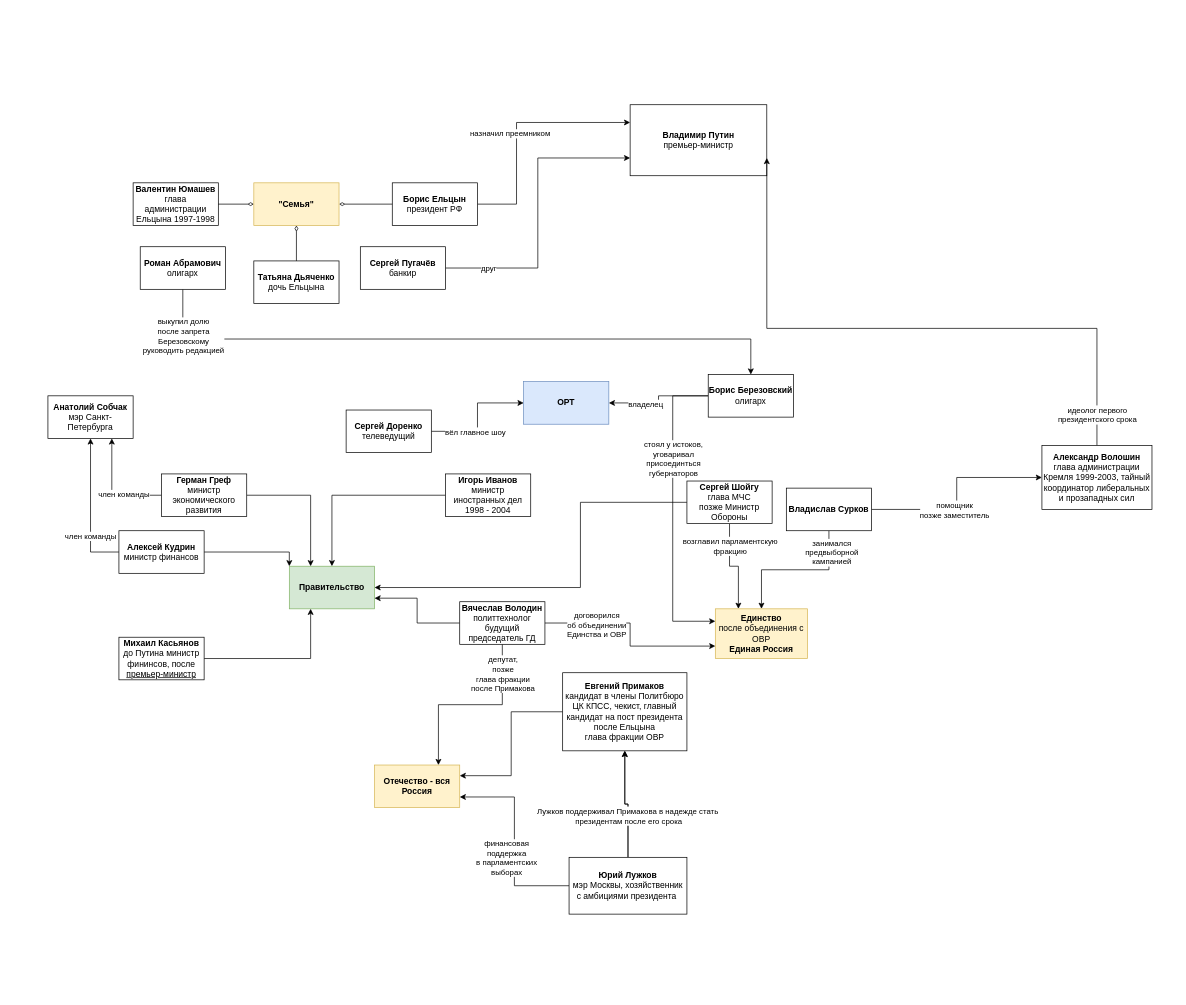
Before: Untitled Diagram.drawio in lincentpega/arch, a draw.io diagram. Source tidied: cells renumbered, new cells numbered last; positions are measured from the earlier drawing's top-left corner, leaving out a move shared by most shapes. Both pictures are drawn from the tidied source at 71%, with x=0, y=0 at pixel (48, 104).
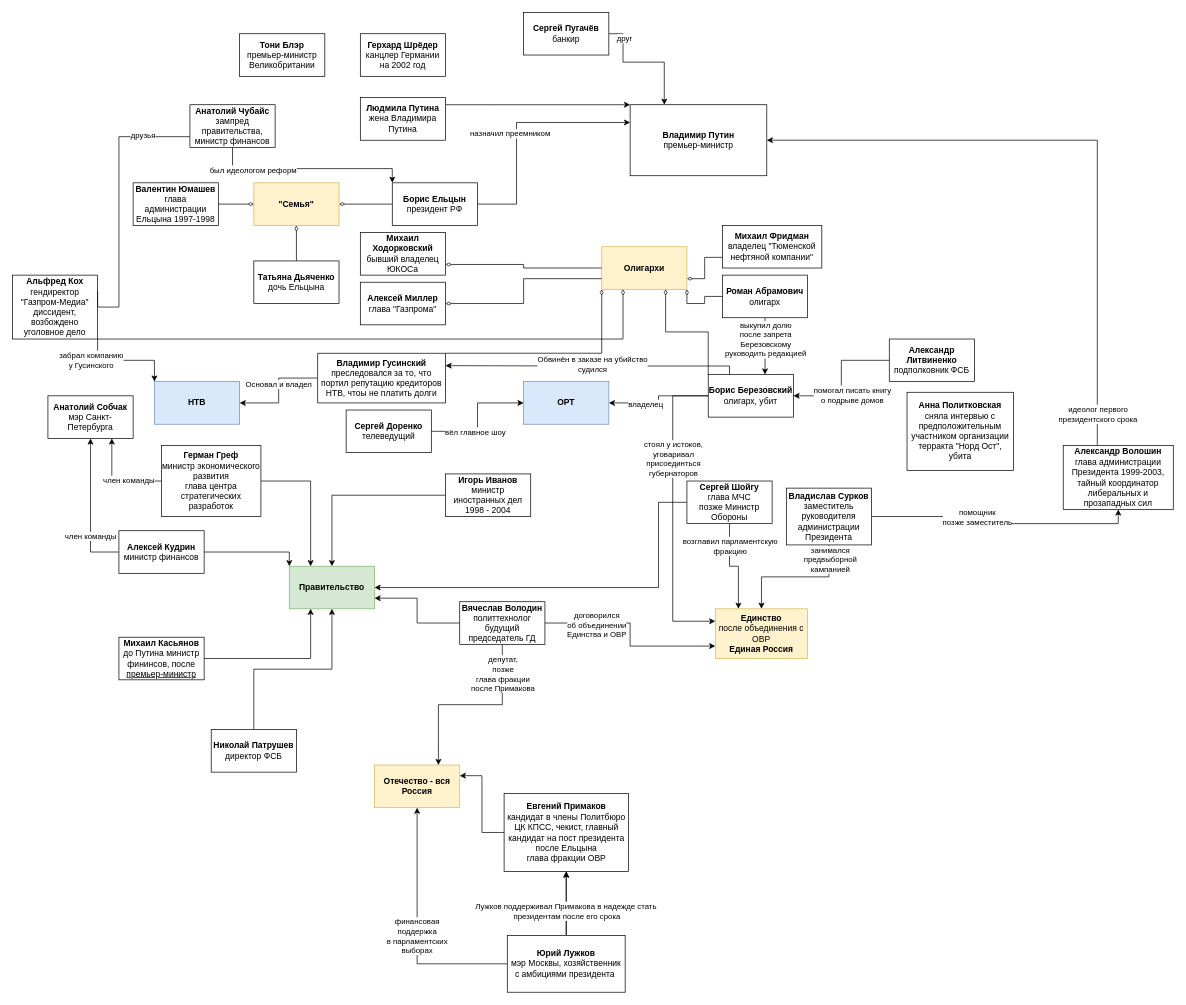
Above is the later version.

Unchanged cells that the change refers to:
```xml
<mxCell id="4" value="&lt;b&gt;Борис Ельцын&lt;br&gt;&lt;/b&gt;президент РФ" style="rounded=0;whiteSpace=wrap;html=1;" parent="1" vertex="1">
  <mxGeometry x="485" y="110" width="120" height="60" as="geometry" />
</mxCell>
<mxCell id="5" value="&lt;b&gt;Владимир Путин&lt;br&gt;&lt;/b&gt;премьер-министр" style="rounded=0;whiteSpace=wrap;html=1;" parent="1" vertex="1">
  <mxGeometry x="820" width="192.5" height="100" as="geometry" />
</mxCell>
<mxCell id="24" value="&lt;b&gt;Отечество - вся Россия&lt;/b&gt;" style="rounded=0;whiteSpace=wrap;html=1;fillColor=#fff2cc;strokeColor=#d6b656;" parent="1" vertex="1">
  <mxGeometry x="460" y="930" width="120" height="60" as="geometry" />
</mxCell>
<mxCell id="38" value="&lt;b&gt;Сергей Шойгу&lt;/b&gt;&lt;br&gt;глава МЧС&lt;br&gt;позже Министр Обороны" style="rounded=0;whiteSpace=wrap;html=1;" parent="1" vertex="1">
  <mxGeometry x="900" y="530" width="120" height="60" as="geometry" />
</mxCell>
<mxCell id="54" value="&lt;b&gt;Правительство&lt;/b&gt;" style="whiteSpace=wrap;html=1;fillColor=#d5e8d4;strokeColor=#82b366;" parent="1" vertex="1">
  <mxGeometry x="340" y="650" width="120" height="60" as="geometry" />
</mxCell>
```

Diff of the diagram source:
```diff
@@
-    <mxCell id="6" style="edgeStyle=orthogonalEdgeStyle;rounded=0;jettySize=auto;html=1;startArrow=none;startFill=0;endArrow=classic;endFill=1;entryX=1;entryY=0.75;entryDx=0;entryDy=0;" parent="1" edge="1" source="8" target="5">
+    <mxCell id="6" style="edgeStyle=orthogonalEdgeStyle;rounded=0;jettySize=auto;html=1;startArrow=none;startFill=0;endArrow=classic;endFill=1;entryX=1;entryY=0.5;entryDx=0;entryDy=0;" parent="1" edge="1" source="8" target="5">
       <mxGeometry relative="1" as="geometry">
         <Array as="points">
-          <mxPoint x="1478" y="315" />
+          <mxPoint x="1478" y="50" />
         </Array>
       </mxGeometry>
     </mxCell>
@@
-    <mxCell id="8" value="&lt;b&gt;Александр Волошин&lt;br&gt;&lt;/b&gt;глава администрации Кремля 1999-2003, тайный координатор либеральных и прозападных сил" style="rounded=0;whiteSpace=wrap;html=1;" parent="1" vertex="1">
-      <mxGeometry x="1400" y="480" width="155" height="90" as="geometry" />
+    <mxCell id="8" value="&lt;b&gt;Александр Волошин&lt;br&gt;&lt;/b&gt;глава администрации Президента 1999-2003, тайный координатор либеральных и прозападных сил" style="rounded=0;whiteSpace=wrap;html=1;" parent="1" vertex="1">
+      <mxGeometry x="1430" y="480" width="155" height="90" as="geometry" />
     </mxCell>
@@
     <mxCell id="10" value="&lt;b&gt;Евгений Примаков&lt;br&gt;&lt;/b&gt;кандидат в члены Политбюро ЦК КПСС, чекист, главный кандидат на пост президента после Ельцына&lt;br&gt;глава фракции ОВР" style="rounded=0;whiteSpace=wrap;html=1;" parent="1" vertex="1">
-      <mxGeometry x="725" y="800" width="175" height="110" as="geometry" />
+      <mxGeometry x="642.5" y="970" width="175" height="110" as="geometry" />
     </mxCell>
@@
-    <mxCell id="14" style="edgeStyle=orthogonalEdgeStyle;rounded=0;jettySize=auto;html=1;entryX=1;entryY=0.75;entryDx=0;entryDy=0;startArrow=none;startFill=0;endArrow=classic;endFill=1;" parent="1" edge="1" source="16" target="24">
+    <mxCell id="14" style="edgeStyle=orthogonalEdgeStyle;rounded=0;jettySize=auto;html=1;entryX=0.5;entryY=1;entryDx=0;entryDy=0;startArrow=none;startFill=0;endArrow=classic;endFill=1;" parent="1" edge="1" source="16" target="24">
       <mxGeometry relative="1" as="geometry" />
     </mxCell>
     <mxCell id="15" value="финансовая&lt;br&gt;поддержка&lt;br&gt;в парламентских&lt;br&gt;выборах" style="edgeLabel;html=1;align=center;verticalAlign=middle;" parent="14" vertex="1">
       <mxGeometry x="-0.53" relative="1" as="geometry">
-        <mxPoint x="-23" y="-40" as="offset" />
+        <mxPoint x="-46" y="-40" as="offset" />
       </mxGeometry>
     </mxCell>
     <mxCell id="16" value="&lt;b&gt;Юрий Лужков&lt;br&gt;&lt;/b&gt;мэр Москвы, хозяйственник с амбициями президента&amp;nbsp;" style="rounded=0;whiteSpace=wrap;html=1;" parent="1" vertex="1">
-      <mxGeometry x="734" y="1060" width="166" height="80" as="geometry" />
+      <mxGeometry x="647" y="1170" width="166" height="80" as="geometry" />
     </mxCell>
@@
+    <mxCell id="69" style="edgeStyle=orthogonalEdgeStyle;rounded=0;jettySize=auto;html=1;exitX=0.25;exitY=0;exitDx=0;exitDy=0;entryX=1;entryY=0.25;entryDx=0;entryDy=0;" parent="1" edge="1" source="29" target="78">
+      <mxGeometry relative="1" as="geometry">
+        <Array as="points">
+          <mxPoint x="960" y="368" />
+          <mxPoint x="745" y="368" />
+        </Array>
+      </mxGeometry>
+    </mxCell>
+    <mxCell id="70" value="Обвинён в заказе на убийство&lt;br&gt;судился" style="edgeLabel;html=1;align=center;verticalAlign=middle;" parent="69" vertex="1">
+      <mxGeometry y="-3" relative="1" as="geometry" />
+    </mxCell>
-    <mxCell id="29" value="&lt;b&gt;Борис Березовский&lt;/b&gt;&lt;br&gt;олигарх" style="rounded=0;whiteSpace=wrap;html=1;" parent="1" vertex="1">
+    <mxCell id="29" value="&lt;b&gt;Борис Березовский&lt;/b&gt;&lt;br&gt;олигарх, убит" style="rounded=0;whiteSpace=wrap;html=1;" parent="1" vertex="1">
       <mxGeometry x="930" y="380" width="120" height="60" as="geometry" />
     </mxCell>
-    <mxCell id="30" style="edgeStyle=orthogonalEdgeStyle;rounded=0;jettySize=auto;html=1;entryX=0;entryY=0.5;entryDx=0;entryDy=0;startArrow=none;startFill=0;endArrow=classic;endFill=1;" parent="1" edge="1" source="34" target="8">
-      <mxGeometry relative="1" as="geometry" />
+    <mxCell id="30" style="edgeStyle=orthogonalEdgeStyle;rounded=0;jettySize=auto;html=1;entryX=0.5;entryY=1;entryDx=0;entryDy=0;startArrow=none;startFill=0;endArrow=classic;endFill=1;" parent="1" edge="1" source="34" target="8">
+      <mxGeometry relative="1" as="geometry">
+        <Array as="points">
+          <mxPoint x="1295" y="580" />
+          <mxPoint x="1295" y="590" />
+          <mxPoint x="1508" y="590" />
+        </Array>
+      </mxGeometry>
     </mxCell>
@@
-    <mxCell id="34" value="&lt;b&gt;Владислав Сурков&lt;/b&gt;&lt;br&gt;" style="rounded=0;whiteSpace=wrap;html=1;" parent="1" vertex="1">
-      <mxGeometry x="1040" y="540" width="120" height="60" as="geometry" />
+    <mxCell id="34" value="&lt;b&gt;Владислав Сурков&lt;br&gt;&lt;/b&gt;заместитель руководителя администрации Президента" style="rounded=0;whiteSpace=wrap;html=1;" parent="1" vertex="1">
+      <mxGeometry x="1040" y="540" width="120" height="80" as="geometry" />
     </mxCell>
@@
     <mxCell id="37" style="edgeStyle=orthogonalEdgeStyle;rounded=0;jettySize=auto;html=1;entryX=1;entryY=0.5;entryDx=0;entryDy=0;startArrow=none;startFill=0;endArrow=classic;endFill=1;" parent="1" edge="1" source="38" target="54">
       <mxGeometry relative="1" as="geometry">
         <Array as="points">
-          <mxPoint x="750" y="560" />
-          <mxPoint x="750" y="680" />
+          <mxPoint x="860" y="560" />
+          <mxPoint x="860" y="680" />
         </Array>
       </mxGeometry>
     </mxCell>
@@
-    <mxCell id="49" style="edgeStyle=orthogonalEdgeStyle;rounded=0;jettySize=auto;html=1;entryX=0;entryY=0.75;entryDx=0;entryDy=0;startArrow=none;startFill=0;endArrow=classic;endFill=1;" parent="1" edge="1" source="51" target="5">
-      <mxGeometry relative="1" as="geometry" />
+    <mxCell id="49" style="edgeStyle=orthogonalEdgeStyle;rounded=0;jettySize=auto;html=1;entryX=0.25;entryY=0;entryDx=0;entryDy=0;startArrow=none;startFill=0;endArrow=classic;endFill=1;" parent="1" edge="1" source="51" target="5">
+      <mxGeometry relative="1" as="geometry">
+        <Array as="points">
+          <mxPoint x="810" y="-100" />
+          <mxPoint x="810" y="-60" />
+          <mxPoint x="868" y="-60" />
+        </Array>
+      </mxGeometry>
     </mxCell>
@@
     <mxCell id="51" value="&lt;b&gt;Сергей Пугачёв&lt;/b&gt;&lt;br&gt;банкир" style="whiteSpace=wrap;html=1;" parent="1" vertex="1">
-      <mxGeometry x="440" y="200" width="120" height="60" as="geometry" />
+      <mxGeometry x="670" y="-130" width="120" height="60" as="geometry" />
     </mxCell>
@@
-    <mxCell id="58" value="&lt;b&gt;Герман Греф&lt;/b&gt;&lt;br&gt;министр экономического развития" style="whiteSpace=wrap;html=1;" parent="1" vertex="1">
-      <mxGeometry x="160" y="520" width="120" height="60" as="geometry" />
+    <mxCell id="58" value="&lt;b&gt;Герман Греф&lt;/b&gt;&lt;br&gt;министр экономического развития&lt;br&gt;глава центра стратегических разработок" style="whiteSpace=wrap;html=1;" parent="1" vertex="1">
+      <mxGeometry x="160" y="480" width="140" height="100" as="geometry" />
     </mxCell>
@@
-    <mxCell id="64" style="edgeStyle=orthogonalEdgeStyle;rounded=0;jettySize=auto;html=1;entryX=0.5;entryY=0;entryDx=0;entryDy=0;startArrow=none;startFill=0;endArrow=classic;endFill=1;" parent="1" edge="1" source="66" target="29">
-      <mxGeometry relative="1" as="geometry">
-        <Array as="points">
-          <mxPoint x="190" y="330" />
-          <mxPoint x="990" y="330" />
-        </Array>
-      </mxGeometry>
-    </mxCell>
+    <mxCell id="71" style="edgeStyle=orthogonalEdgeStyle;rounded=0;jettySize=auto;html=1;startArrow=none;startFill=0;endArrow=classic;endFill=1;" parent="1" edge="1" source="66">
+      <mxGeometry relative="1" as="geometry">
+        <mxPoint x="1010" y="380" as="targetPoint" />
+        <Array as="points">
+          <mxPoint x="1010" y="380" />
+        </Array>
+      </mxGeometry>
+    </mxCell>
-    <mxCell id="65" value="выкупил долю&lt;br&gt;после запрета&lt;br&gt;Березовскому&lt;br&gt;руководить редакцией" style="edgeLabel;html=1;align=center;verticalAlign=middle;" parent="64" vertex="1">
-      <mxGeometry x="-0.74" y="5" relative="1" as="geometry">
-        <mxPoint x="-50" as="offset" />
+    <mxCell id="65" value="выкупил долю&lt;br&gt;после запрета&lt;br&gt;Березовскому&lt;br&gt;руководить редакцией" style="edgeLabel;html=1;align=center;verticalAlign=middle;" parent="71" vertex="1">
+      <mxGeometry x="-0.3" y="1" relative="1" as="geometry">
+        <mxPoint x="-1" y="2" as="offset" />
       </mxGeometry>
     </mxCell>
     <mxCell id="66" value="&lt;b&gt;Роман Абрамович&lt;/b&gt;&lt;br&gt;олигарх" style="whiteSpace=wrap;html=1;" parent="1" vertex="1">
-      <mxGeometry x="130" y="200" width="120" height="60" as="geometry" />
+      <mxGeometry x="950" y="240" width="120" height="60" as="geometry" />
     </mxCell>
@@
+    <mxCell id="72" style="edgeStyle=orthogonalEdgeStyle;rounded=0;jettySize=auto;html=1;entryX=0.5;entryY=1;entryDx=0;entryDy=0;startArrow=none;startFill=0;endArrow=classic;endFill=1;" parent="1" edge="1" source="73" target="54">
+      <mxGeometry relative="1" as="geometry" />
+    </mxCell>
+    <mxCell id="73" value="&lt;b&gt;Николай Патрушев&lt;/b&gt;&lt;br&gt;директор ФСБ" style="whiteSpace=wrap;html=1;" parent="1" vertex="1">
+      <mxGeometry x="230" y="880" width="120" height="60" as="geometry" />
+    </mxCell>
+    <mxCell id="74" value="&lt;b&gt;Герхард Шрёдер&lt;/b&gt;&lt;br&gt;канцлер Германии на 2002 год" style="whiteSpace=wrap;html=1;" parent="1" vertex="1">
+      <mxGeometry x="440" y="-100" width="120" height="60" as="geometry" />
+    </mxCell>
+    <mxCell id="75" value="&lt;b&gt;НТВ&lt;/b&gt;" style="whiteSpace=wrap;html=1;fillColor=#dae8fc;strokeColor=#6c8ebf;" parent="1" vertex="1">
+      <mxGeometry x="150" y="390" width="120" height="60" as="geometry" />
+    </mxCell>
+    <mxCell id="76" style="edgeStyle=orthogonalEdgeStyle;rounded=0;jettySize=auto;html=1;entryX=1;entryY=0.5;entryDx=0;entryDy=0;" parent="1" edge="1" source="78" target="75">
+      <mxGeometry relative="1" as="geometry" />
+    </mxCell>
+    <mxCell id="77" value="Основал и владел" style="edgeLabel;html=1;align=center;verticalAlign=middle;" parent="76" vertex="1">
+      <mxGeometry x="-0.13" y="-1" relative="1" as="geometry" />
+    </mxCell>
+    <mxCell id="78" value="&lt;b&gt;Владимир Гусинский&lt;/b&gt;&lt;br&gt;преследовался за то, что портил репутацию кредиторов НТВ, чтоы не платить долги" style="whiteSpace=wrap;html=1;" parent="1" vertex="1">
+      <mxGeometry x="380" y="350" width="180" height="70" as="geometry" />
+    </mxCell>
+    <mxCell id="79" style="edgeStyle=orthogonalEdgeStyle;rounded=0;jettySize=auto;html=1;exitX=1;exitY=1;exitDx=0;exitDy=0;entryX=0;entryY=0;entryDx=0;entryDy=0;startArrow=none;startFill=0;endArrow=classic;endFill=1;" parent="1" edge="1" source="81" target="75">
+      <mxGeometry relative="1" as="geometry" />
+    </mxCell>
+    <mxCell id="80" value="забрал компанию&lt;br&gt;у Гусинского" style="edgeLabel;html=1;align=center;verticalAlign=middle;" parent="79" vertex="1">
+      <mxGeometry x="-0.27" y="1" relative="1" as="geometry">
+        <mxPoint x="-31" as="offset" />
+      </mxGeometry>
+    </mxCell>
+    <mxCell id="81" value="&lt;b&gt;Альфред Кох&lt;/b&gt;&lt;br&gt;гендиректор &quot;Газпром-Медиа&quot;&lt;br&gt;диссидент, возбождено уголовное дело" style="whiteSpace=wrap;html=1;" parent="1" vertex="1">
+      <mxGeometry x="-50" y="240" width="120" height="90" as="geometry" />
+    </mxCell>
+    <mxCell id="82" style="edgeStyle=orthogonalEdgeStyle;rounded=0;jettySize=auto;html=1;entryX=0;entryY=0;entryDx=0;entryDy=0;" parent="1" edge="1" source="86" target="4">
+      <mxGeometry relative="1" as="geometry">
+        <Array as="points">
+          <mxPoint x="260" y="90" />
+          <mxPoint x="485" y="90" />
+        </Array>
+      </mxGeometry>
+    </mxCell>
+    <mxCell id="83" value="был идеологом реформ" style="edgeLabel;html=1;align=center;verticalAlign=middle;" parent="82" vertex="1">
+      <mxGeometry x="-0.58" y="-1" relative="1" as="geometry" />
+    </mxCell>
+    <mxCell id="84" style="edgeStyle=orthogonalEdgeStyle;rounded=0;jettySize=auto;html=1;exitX=0;exitY=0.75;exitDx=0;exitDy=0;entryX=1;entryY=0.25;entryDx=0;entryDy=0;endArrow=none;endFill=0;" parent="1" edge="1" source="86" target="81">
+      <mxGeometry relative="1" as="geometry">
+        <Array as="points">
+          <mxPoint x="100" y="45" />
+          <mxPoint x="100" y="285" />
+        </Array>
+      </mxGeometry>
+    </mxCell>
+    <mxCell id="85" value="друзья" style="edgeLabel;html=1;align=center;verticalAlign=middle;" parent="84" vertex="1">
+      <mxGeometry x="-0.66" y="-2" relative="1" as="geometry" />
+    </mxCell>
+    <mxCell id="86" value="&lt;b&gt;Анатолий Чубайс&lt;/b&gt;&lt;br&gt;зампред правительства, министр финансов" style="whiteSpace=wrap;html=1;" parent="1" vertex="1">
+      <mxGeometry x="200" width="120" height="60" as="geometry" />
+    </mxCell>
+    <mxCell id="87" style="edgeStyle=orthogonalEdgeStyle;rounded=0;jettySize=auto;html=1;entryX=1;entryY=0.5;entryDx=0;entryDy=0;startArrow=none;startFill=0;endArrow=classic;endFill=1;" parent="1" edge="1" source="89" target="29">
+      <mxGeometry relative="1" as="geometry" />
+    </mxCell>
+    <mxCell id="88" value="помогал писать книгу&lt;br&gt;о подрыве домов" style="edgeLabel;html=1;align=center;verticalAlign=middle;" parent="87" vertex="1">
+      <mxGeometry x="0.25" relative="1" as="geometry">
+        <mxPoint x="15" as="offset" />
+      </mxGeometry>
+    </mxCell>
+    <mxCell id="89" value="&lt;b&gt;Александр Литвиненко&lt;/b&gt;&lt;br&gt;подполковник ФСБ" style="whiteSpace=wrap;html=1;" parent="1" vertex="1">
+      <mxGeometry x="1185" y="330" width="120" height="60" as="geometry" />
+    </mxCell>
+    <mxCell id="90" value="&lt;b&gt;Анна Политковская&lt;/b&gt;&lt;br&gt;сняла интервью с предположительным участником организации терракта &quot;Норд Ост&quot;, убита" style="whiteSpace=wrap;html=1;" parent="1" vertex="1">
+      <mxGeometry x="1210" y="405" width="150" height="110" as="geometry" />
+    </mxCell>
+    <mxCell id="91" style="edgeStyle=orthogonalEdgeStyle;rounded=0;jettySize=auto;html=1;startArrow=none;startFill=0;endArrow=classic;endFill=1;" parent="1" edge="1" source="92">
+      <mxGeometry relative="1" as="geometry">
+        <mxPoint x="820" as="targetPoint" />
+        <Array as="points">
+          <mxPoint x="620" />
+          <mxPoint x="620" />
+        </Array>
+      </mxGeometry>
+    </mxCell>
+    <mxCell id="92" value="&lt;b&gt;Людмила Путина&lt;/b&gt;&lt;br&gt;жена Владимира Путина" style="whiteSpace=wrap;html=1;" parent="1" vertex="1">
+      <mxGeometry x="440" y="-10" width="120" height="60" as="geometry" />
+    </mxCell>
+    <mxCell id="93" style="edgeStyle=orthogonalEdgeStyle;rounded=0;jettySize=auto;html=1;exitX=1;exitY=1;exitDx=0;exitDy=0;entryX=0;entryY=0.5;entryDx=0;entryDy=0;startArrow=diamondThin;startFill=0;endArrow=none;endFill=0;" parent="1" edge="1" source="98" target="66">
+      <mxGeometry relative="1" as="geometry" />
+    </mxCell>
+    <mxCell id="94" style="edgeStyle=orthogonalEdgeStyle;rounded=0;jettySize=auto;html=1;exitX=0.75;exitY=1;exitDx=0;exitDy=0;entryX=0;entryY=0;entryDx=0;entryDy=0;startArrow=diamondThin;startFill=0;endArrow=none;endFill=0;" parent="1" edge="1" source="98" target="29">
+      <mxGeometry relative="1" as="geometry" />
+    </mxCell>
+    <mxCell id="95" style="edgeStyle=orthogonalEdgeStyle;rounded=0;jettySize=auto;html=1;exitX=0;exitY=1;exitDx=0;exitDy=0;entryX=1;entryY=0;entryDx=0;entryDy=0;startArrow=diamondThin;startFill=0;endArrow=none;endFill=0;" parent="1" edge="1" source="98" target="78">
+      <mxGeometry relative="1" as="geometry">
+        <Array as="points">
+          <mxPoint x="780" y="350" />
+        </Array>
+      </mxGeometry>
+    </mxCell>
+    <mxCell id="96" style="edgeStyle=orthogonalEdgeStyle;rounded=0;jettySize=auto;html=1;exitX=0.25;exitY=1;exitDx=0;exitDy=0;startArrow=diamondThin;startFill=0;endArrow=none;endFill=0;entryX=1;entryY=1;entryDx=0;entryDy=0;" parent="1" edge="1" source="98" target="81">
+      <mxGeometry relative="1" as="geometry">
+        <Array as="points">
+          <mxPoint x="810" y="330" />
+        </Array>
+      </mxGeometry>
+    </mxCell>
+    <mxCell id="97" style="edgeStyle=orthogonalEdgeStyle;rounded=0;jettySize=auto;html=1;exitX=1;exitY=0.75;exitDx=0;exitDy=0;entryX=0;entryY=0.75;entryDx=0;entryDy=0;startArrow=diamondThin;startFill=0;endArrow=none;endFill=0;" parent="1" edge="1" source="98" target="99">
+      <mxGeometry relative="1" as="geometry" />
+    </mxCell>
+    <mxCell id="98" value="&lt;b&gt;Олигархи&lt;/b&gt;" style="whiteSpace=wrap;html=1;fillColor=#fff2cc;strokeColor=#d6b656;" parent="1" vertex="1">
+      <mxGeometry x="780" y="200" width="120" height="60" as="geometry" />
+    </mxCell>
+    <mxCell id="99" value="&lt;b&gt;Михаил Фридман&lt;/b&gt;&lt;br&gt;владелец &quot;Тюменской нефтяной компании&quot;" style="whiteSpace=wrap;html=1;" parent="1" vertex="1">
+      <mxGeometry x="950" y="170" width="140" height="60" as="geometry" />
+    </mxCell>
+    <mxCell id="100" style="edgeStyle=orthogonalEdgeStyle;rounded=0;jettySize=auto;html=1;entryX=0;entryY=0.75;entryDx=0;entryDy=0;startArrow=diamondThin;startFill=0;endArrow=none;endFill=0;" parent="1" edge="1" source="101" target="98">
+      <mxGeometry relative="1" as="geometry" />
+    </mxCell>
+    <mxCell id="101" value="&lt;b&gt;Алексей Миллер&lt;/b&gt;&lt;br&gt;глава &quot;Газпрома&quot;" style="whiteSpace=wrap;html=1;" parent="1" vertex="1">
+      <mxGeometry x="440" y="250" width="120" height="60" as="geometry" />
+    </mxCell>
+    <mxCell id="102" style="edgeStyle=orthogonalEdgeStyle;rounded=0;jettySize=auto;html=1;exitX=1;exitY=0.75;exitDx=0;exitDy=0;entryX=0;entryY=0.5;entryDx=0;entryDy=0;startArrow=diamondThin;startFill=0;endArrow=none;endFill=0;" parent="1" edge="1" source="103" target="98">
+      <mxGeometry relative="1" as="geometry" />
+    </mxCell>
+    <mxCell id="103" value="&lt;b&gt;Михаил Ходорковский&lt;/b&gt;&lt;br&gt;бывший владелец ЮКОСа" style="whiteSpace=wrap;html=1;" parent="1" vertex="1">
+      <mxGeometry x="440" y="180" width="120" height="60" as="geometry" />
+    </mxCell>
+    <mxCell id="104" value="&lt;b&gt;Тони Блэр&lt;/b&gt;&lt;br&gt;премьер-министр&lt;br&gt;Великобритании" style="whiteSpace=wrap;html=1;" parent="1" vertex="1">
+      <mxGeometry x="270" y="-100" width="120" height="60" as="geometry" />
+    </mxCell>
```
